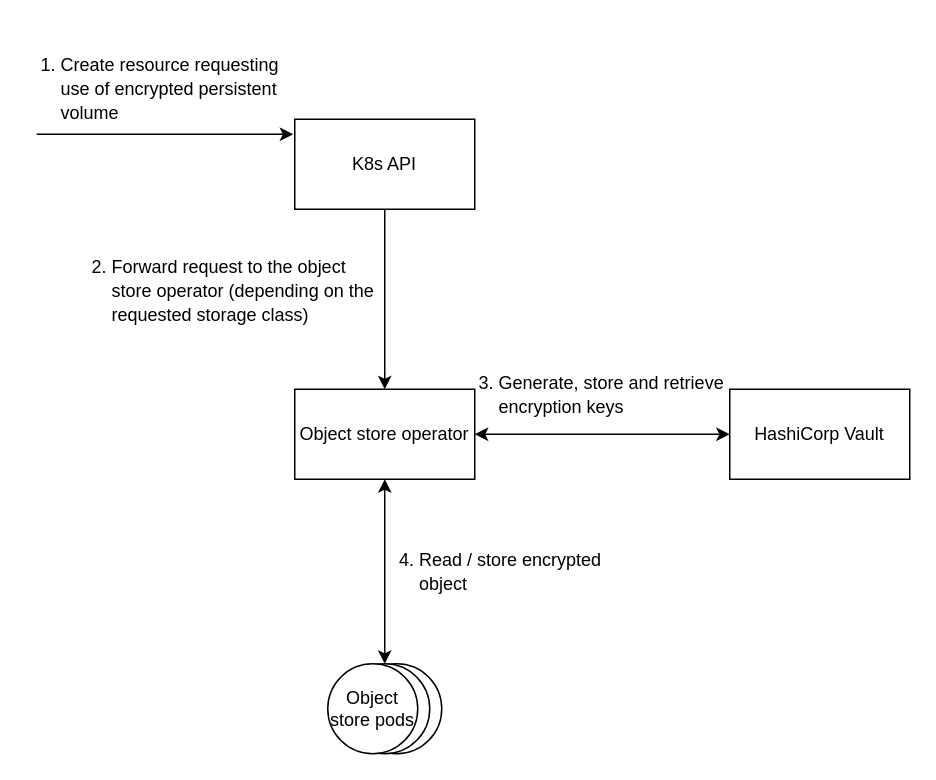
glaciation-heu/IceStream keeps this draw.io diagram as data_wrapping_service/docs/architecture.drawio. Above is the earlier version. Source tidied: cells renumbered, new cells numbered last; positions are measured from the earlier drawing's top-left corner, leaving out a move shared by most shapes. Both pictures are drawn from the tidied source at 150%, with x=0, y=0 at pixel (33, 40).
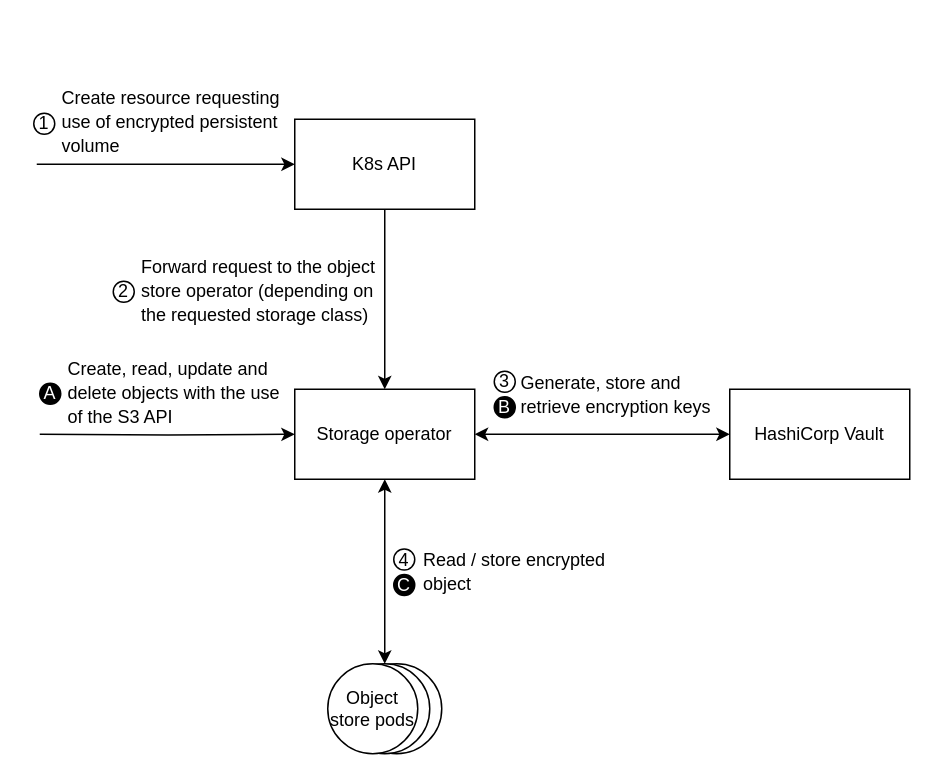
After the change.

Unchanged cells that the change refers to:
```xml
<mxCell id="8" value="K8s API" style="rounded=0;whiteSpace=wrap;html=1;" parent="1" vertex="1">
  <mxGeometry x="174" y="52" width="120" height="60" as="geometry" />
</mxCell>
```

Change to the diagram source:
```diff
@@
+    <mxCell id="16" value="&lt;h1 style=&quot;line-height: 50%;&quot;&gt;&lt;span style=&quot;font-size: 12px; font-weight: 400;&quot;&gt;Create, read, update and delete objects with the use of the S3 API&lt;/span&gt;&lt;/h1&gt;" style="text;html=1;strokeColor=none;fillColor=none;spacing=5;spacingTop=-20;whiteSpace=wrap;overflow=hidden;rounded=0;" parent="1" vertex="1">
+      <mxGeometry x="18" y="203" width="158" height="58" as="geometry" />
+    </mxCell>
+    <mxCell id="12" value="&lt;h1 style=&quot;line-height: 50%;&quot;&gt;&lt;span style=&quot;font-size: 12px; font-weight: 400;&quot;&gt;Generate, store and&amp;nbsp; retrieve encryption keys&lt;/span&gt;&lt;/h1&gt;" style="text;html=1;strokeColor=none;fillColor=none;spacing=5;spacingTop=-20;whiteSpace=wrap;overflow=hidden;rounded=0;" parent="1" vertex="1">
+      <mxGeometry x="320" y="212" width="159" height="54" as="geometry" />
+    </mxCell>
+    <mxCell id="17" value="&lt;font color=&quot;#ffffff&quot;&gt;B&lt;/font&gt;" style="ellipse;whiteSpace=wrap;html=1;fillColor=#000000;" parent="1" vertex="1">
+      <mxGeometry x="307" y="237" width="14" height="14" as="geometry" />
+    </mxCell>
+    <mxCell id="18" value="3" style="ellipse;whiteSpace=wrap;html=1;" parent="1" vertex="1">
+      <mxGeometry x="307" y="220" width="14" height="14" as="geometry" />
+    </mxCell>
+    <mxCell id="19" value="&lt;font color=&quot;#ffffff&quot;&gt;A&lt;/font&gt;" style="ellipse;whiteSpace=wrap;html=1;fillColor=#000000;" parent="1" vertex="1">
+      <mxGeometry x="4" y="228" width="14" height="14" as="geometry" />
+    </mxCell>
+    <mxCell id="20" value="2" style="ellipse;whiteSpace=wrap;html=1;" parent="1" vertex="1">
+      <mxGeometry x="53" y="160" width="14" height="14" as="geometry" />
+    </mxCell>
+    <mxCell id="9" value="&lt;h1 style=&quot;line-height: 50%;&quot;&gt;&lt;span style=&quot;font-size: 12px; font-weight: 400;&quot;&gt;Forward request to the object store operator (depending on the requested storage class)&lt;/span&gt;&lt;/h1&gt;" style="text;html=1;strokeColor=none;fillColor=none;spacing=5;spacingTop=-20;whiteSpace=wrap;overflow=hidden;rounded=0;" parent="1" vertex="1">
+      <mxGeometry x="67" y="135" width="180" height="62" as="geometry" />
+    </mxCell>
+    <mxCell id="21" value="1" style="ellipse;whiteSpace=wrap;html=1;" parent="1" vertex="1">
+      <mxGeometry y="48" width="14" height="14" as="geometry" />
+    </mxCell>
+    <mxCell id="6" value="&lt;h1 style=&quot;line-height: 50%;&quot;&gt;&lt;span style=&quot;font-size: 12px; font-weight: 400;&quot;&gt;Create resource requesting use of encrypted persistent volume&lt;/span&gt;&lt;/h1&gt;" style="text;html=1;strokeColor=none;fillColor=none;spacing=5;spacingTop=-20;whiteSpace=wrap;overflow=hidden;rounded=0;" parent="1" vertex="1">
+      <mxGeometry x="14" y="22" width="158" height="58" as="geometry" />
+    </mxCell>
@@
+    <mxCell id="22" style="edgeStyle=orthogonalEdgeStyle;rounded=0;jettySize=auto;html=1;entryX=0;entryY=0.5;entryDx=0;entryDy=0;" parent="1" edge="1" target="4">
+      <mxGeometry relative="1" as="geometry">
+        <mxPoint x="4" y="262" as="sourcePoint" />
+      </mxGeometry>
+    </mxCell>
-    <mxCell id="4" value="Object store operator" style="rounded=0;whiteSpace=wrap;html=1;" parent="1" vertex="1">
+    <mxCell id="4" value="Storage operator" style="rounded=0;whiteSpace=wrap;html=1;" parent="1" vertex="1">
       <mxGeometry x="174" y="232" width="120" height="60" as="geometry" />
     </mxCell>
-    <mxCell id="5" style="endArrow=classic;html=1;entryX=0;entryY=0.25;entryDx=0;entryDy=0;rounded=0;" parent="1" edge="1">
+    <mxCell id="5" style="endArrow=classic;html=1;entryX=0;entryY=0.5;entryDx=0;entryDy=0;rounded=0;" parent="1" edge="1" target="8">
       <mxGeometry relative="1" as="geometry">
-        <mxPoint x="2" y="62" as="sourcePoint" />
-        <mxPoint x="173" y="62" as="targetPoint" />
+        <mxPoint x="2" y="82" as="sourcePoint" />
       </mxGeometry>
     </mxCell>
-    <mxCell id="6" value="&lt;h1 style=&quot;line-height: 50%;&quot;&gt;&lt;span style=&quot;font-size: 12px; font-weight: 400;&quot;&gt;1. Create resource requesting&amp;nbsp; &amp;nbsp; &amp;nbsp; use of encrypted persistent&amp;nbsp; &amp;nbsp; &amp;nbsp; volume&lt;/span&gt;&lt;/h1&gt;" style="text;html=1;strokeColor=none;fillColor=none;spacing=5;spacingTop=-20;whiteSpace=wrap;overflow=hidden;rounded=0;" parent="1" vertex="1">
-      <mxGeometry width="172" height="58" as="geometry" />
-    </mxCell>
@@
-    <mxCell id="9" value="&lt;h1 style=&quot;line-height: 50%;&quot;&gt;&lt;span style=&quot;font-size: 12px; font-weight: 400;&quot;&gt;2. Forward request to the object&amp;nbsp; &amp;nbsp; &amp;nbsp; &amp;nbsp; &amp;nbsp; &amp;nbsp; store operator (depending on the&amp;nbsp; &amp;nbsp; &amp;nbsp; &amp;nbsp; requested storage class)&lt;/span&gt;&lt;/h1&gt;" style="text;html=1;strokeColor=none;fillColor=none;spacing=5;spacingTop=-20;whiteSpace=wrap;overflow=hidden;rounded=0;" parent="1" vertex="1">
-      <mxGeometry x="34" y="135" width="207" height="62" as="geometry" />
-    </mxCell>
@@
-    <mxCell id="12" value="&lt;h1 style=&quot;line-height: 50%;&quot;&gt;&lt;span style=&quot;font-size: 12px; font-weight: 400;&quot;&gt;3. Generate, store and retrieve&amp;nbsp; &amp;nbsp; &amp;nbsp; encryption keys&lt;/span&gt;&lt;/h1&gt;" style="text;html=1;strokeColor=none;fillColor=none;spacing=5;spacingTop=-20;whiteSpace=wrap;overflow=hidden;rounded=0;" parent="1" vertex="1">
-      <mxGeometry x="292" y="212" width="176" height="54" as="geometry" />
-    </mxCell>
@@
-    <mxCell id="15" value="&lt;h1 style=&quot;line-height: 50%;&quot;&gt;&lt;span style=&quot;font-size: 12px; font-weight: 400;&quot;&gt;4. Read / store encrypted&amp;nbsp; &amp;nbsp; &amp;nbsp; &amp;nbsp; &amp;nbsp; &amp;nbsp; &amp;nbsp; object&lt;/span&gt;&lt;/h1&gt;" style="text;html=1;strokeColor=none;fillColor=none;spacing=5;spacingTop=-20;whiteSpace=wrap;overflow=hidden;rounded=0;" parent="1" vertex="1">
-      <mxGeometry x="239" y="330" width="176" height="54" as="geometry" />
+    <mxCell id="15" value="&lt;h1 style=&quot;line-height: 50%;&quot;&gt;&lt;span style=&quot;font-size: 12px; font-weight: 400;&quot;&gt;Read / store encrypted object&lt;/span&gt;&lt;/h1&gt;" style="text;html=1;strokeColor=none;fillColor=none;spacing=5;spacingTop=-20;whiteSpace=wrap;overflow=hidden;rounded=0;" parent="1" vertex="1">
+      <mxGeometry x="255" y="330" width="135" height="54" as="geometry" />
     </mxCell>
+    <mxCell id="23" value="&lt;font color=&quot;#ffffff&quot;&gt;C&lt;/font&gt;" style="ellipse;whiteSpace=wrap;html=1;fillColor=#000000;" parent="1" vertex="1">
+      <mxGeometry x="240" y="355.5" width="14" height="14" as="geometry" />
+    </mxCell>
+    <mxCell id="24" value="4" style="ellipse;whiteSpace=wrap;html=1;" parent="1" vertex="1">
+      <mxGeometry x="240" y="338.5" width="14" height="14" as="geometry" />
+    </mxCell>
```
